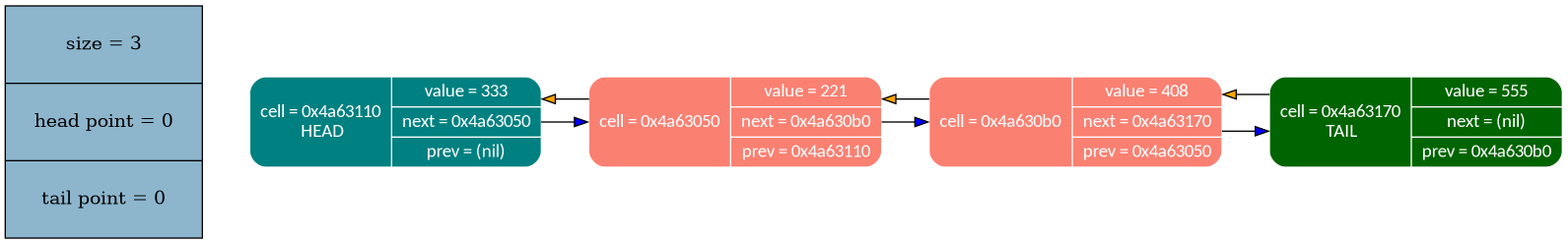
Above: dump_info/list_dump.png in MaxGroshev/pointer_list (Graphviz), before the change. Its source is kept beside it as dump_info/list_dump.dot.
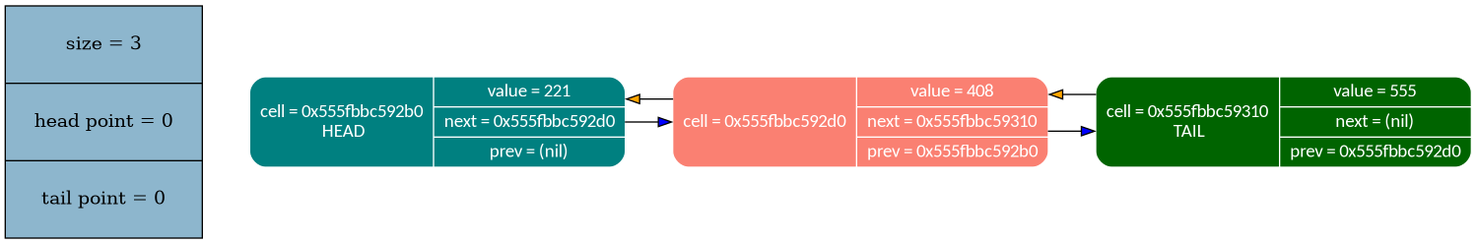
The same file after the commit.

Change to the diagram source:
```diff
@@ -6,18 +6,14 @@
 node_stat [margin = "0.3*0.3", style = "filled", shape = "record", fillcolor = "#8DB6CD" label = "size = 3 | head point = 0 | tail point = 0"]
 {rank = source; node_stat}
 
-node0x556726ef02f0 [shape = "Mrecord", fillcolor = "#008080", style = "filled", fontcolor = "white", fontname = "Calibri", color = "white", label = "{cell = 0x556726ef02f0\n HEAD| {value = 333 |next = 0x556726ef02b0 |prev = (nil)}}"]
-node0x556726ef02f0 -> node0x556726ef02b0 [color = "black", style = "invis", constraint = false, fillcolor = "",   fontcolor = "", fontname = "Calibri", label = ""];
-node0x556726ef02f0 -> node0x556726ef02b0 [color = "black", style = "", constraint = true, fillcolor = "blue",   fontcolor = "", fontname = "Calibri", label = ""];
-node0x556726ef02b0 [shape = "Mrecord", fillcolor = "#FA8072", style = "filled", fontcolor = "white", fontname = "Calibri", color = "white", label = "{cell = 0x556726ef02b0\n | {value = 221 |next = 0x556726ef02d0 |prev = 0x556726ef02f0}}"]
-node0x556726ef02b0 -> node0x556726ef02d0 [color = "black", style = "invis", constraint = true, fillcolor = "",   fontcolor = "", fontname = "Calibri", label = ""];
-node0x556726ef02b0 -> node0x556726ef02d0 [color = "black", style = "", constraint = true, fillcolor = "blue",   fontcolor = "", fontname = "Calibri", label = ""];
-node0x556726ef02b0 -> node0x556726ef02f0 [color = "black", style = "", constraint = true, fillcolor = "orange",   fontcolor = "", fontname = "Calibri", label = ""];
-node0x556726ef02d0 [shape = "Mrecord", fillcolor = "#FA8072", style = "filled", fontcolor = "white", fontname = "Calibri", color = "white", label = "{cell = 0x556726ef02d0\n | {value = 408 |next = 0x556726ef0310 |prev = 0x556726ef02b0}}"]
-node0x556726ef02d0 -> node0x556726ef0310 [color = "black", style = "invis", constraint = true, fillcolor = "",   fontcolor = "", fontname = "Calibri", label = ""];
-node0x556726ef02d0 -> node0x556726ef0310 [color = "black", style = "", constraint = true, fillcolor = "blue",   fontcolor = "", fontname = "Calibri", label = ""];
-node0x556726ef02d0 -> node0x556726ef02b0 [color = "black", style = "", constraint = true, fillcolor = "orange",   fontcolor = "", fontname = "Calibri", label = ""];
-node0x556726ef0310 [shape = "Mrecord", fillcolor = "#006400", style = "filled", fontcolor = "white", fontname = "Calibri", color = "white", label = "{cell = 0x556726ef0310\n TAIL| {value = 555 |next = (nil) |prev = 0x556726ef02d0}}"]
-node0x556726ef0310 -> node0x556726ef02d0 [color = "black", style = "invis", constraint = false, fillcolor = "",   fontcolor = "", fontname = "Calibri", label = ""];
-node0x556726ef0310 -> node0x556726ef02d0 [color = "black", style = "", constraint = true, fillcolor = "orange",   fontcolor = "", fontname = "Calibri", label = ""];
+node0x555fbbc592b0 [shape = "Mrecord", fillcolor = "#008080", style = "filled", fontcolor = "white", fontname = "Calibri", color = "white", label = "{cell = 0x555fbbc592b0\n HEAD| {value = 221 |next = 0x555fbbc592d0 |prev = (nil)}}"]
+node0x555fbbc592b0 -> node0x555fbbc592d0 [color = "black", style = "invis", constraint = false, fillcolor = "",   fontcolor = "", fontname = "Calibri", label = ""];
+node0x555fbbc592b0 -> node0x555fbbc592d0 [color = "black", style = "", constraint = true, fillcolor = "blue",   fontcolor = "", fontname = "Calibri", label = ""];
+node0x555fbbc592d0 [shape = "Mrecord", fillcolor = "#FA8072", style = "filled", fontcolor = "white", fontname = "Calibri", color = "white", label = "{cell = 0x555fbbc592d0\n | {value = 408 |next = 0x555fbbc59310 |prev = 0x555fbbc592b0}}"]
+node0x555fbbc592d0 -> node0x555fbbc59310 [color = "black", style = "invis", constraint = true, fillcolor = "",   fontcolor = "", fontname = "Calibri", label = ""];
+node0x555fbbc592d0 -> node0x555fbbc59310 [color = "black", style = "", constraint = true, fillcolor = "blue",   fontcolor = "", fontname = "Calibri", label = ""];
+node0x555fbbc592d0 -> node0x555fbbc592b0 [color = "black", style = "", constraint = true, fillcolor = "orange",   fontcolor = "", fontname = "Calibri", label = ""];
+node0x555fbbc59310 [shape = "Mrecord", fillcolor = "#006400", style = "filled", fontcolor = "white", fontname = "Calibri", color = "white", label = "{cell = 0x555fbbc59310\n TAIL| {value = 555 |next = (nil) |prev = 0x555fbbc592d0}}"]
+node0x555fbbc59310 -> node0x555fbbc592d0 [color = "black", style = "invis", constraint = false, fillcolor = "",   fontcolor = "", fontname = "Calibri", label = ""];
+node0x555fbbc59310 -> node0x555fbbc592d0 [color = "black", style = "", constraint = true, fillcolor = "orange",   fontcolor = "", fontname = "Calibri", label = ""];
 }
```
